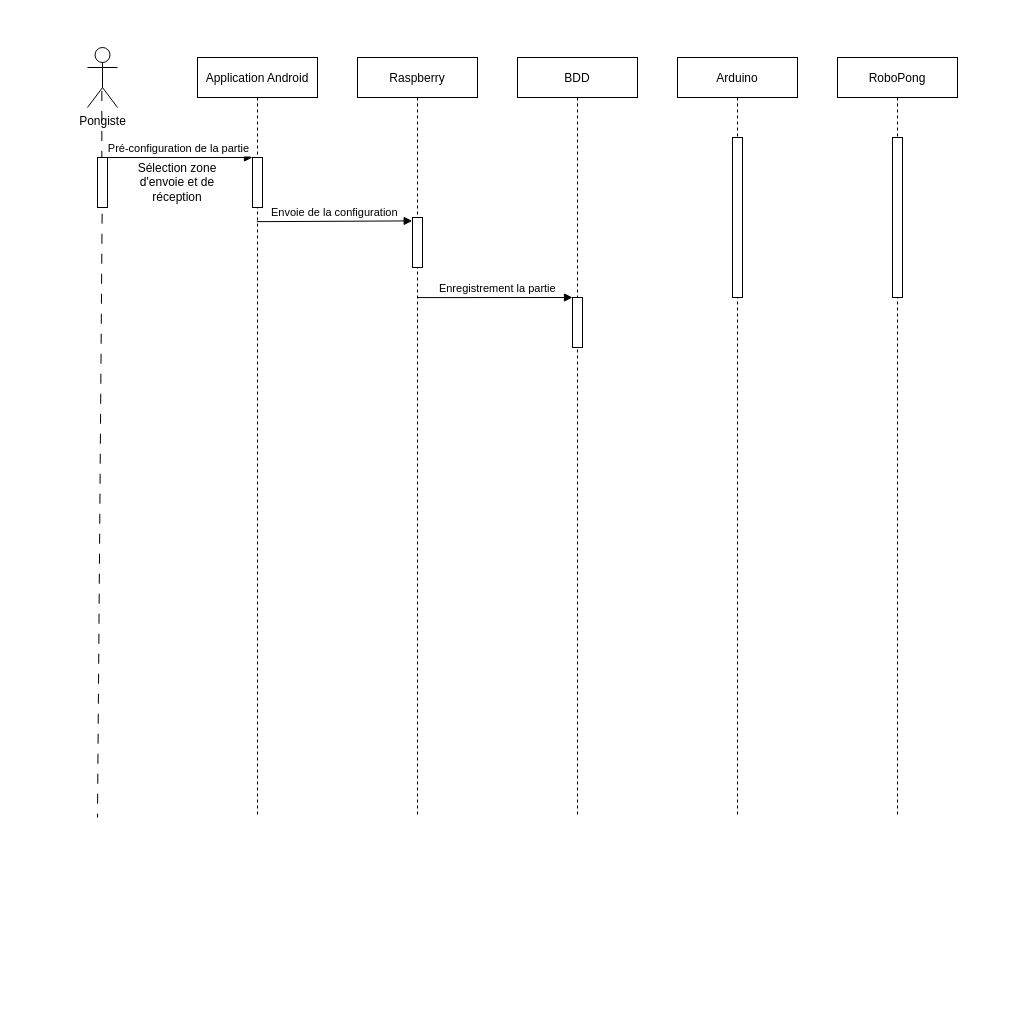
This is Diagramme/seq2.drawio from Hazim-AS/SensorPong, a draw.io file, before an edit. Source tidied: cells renumbered, new cells numbered last; positions are measured from the earlier drawing's top-left corner, leaving out a move shared by most shapes. Both pictures are drawn from the tidied source at 100%, with x=0, y=0 at pixel (87, 47).
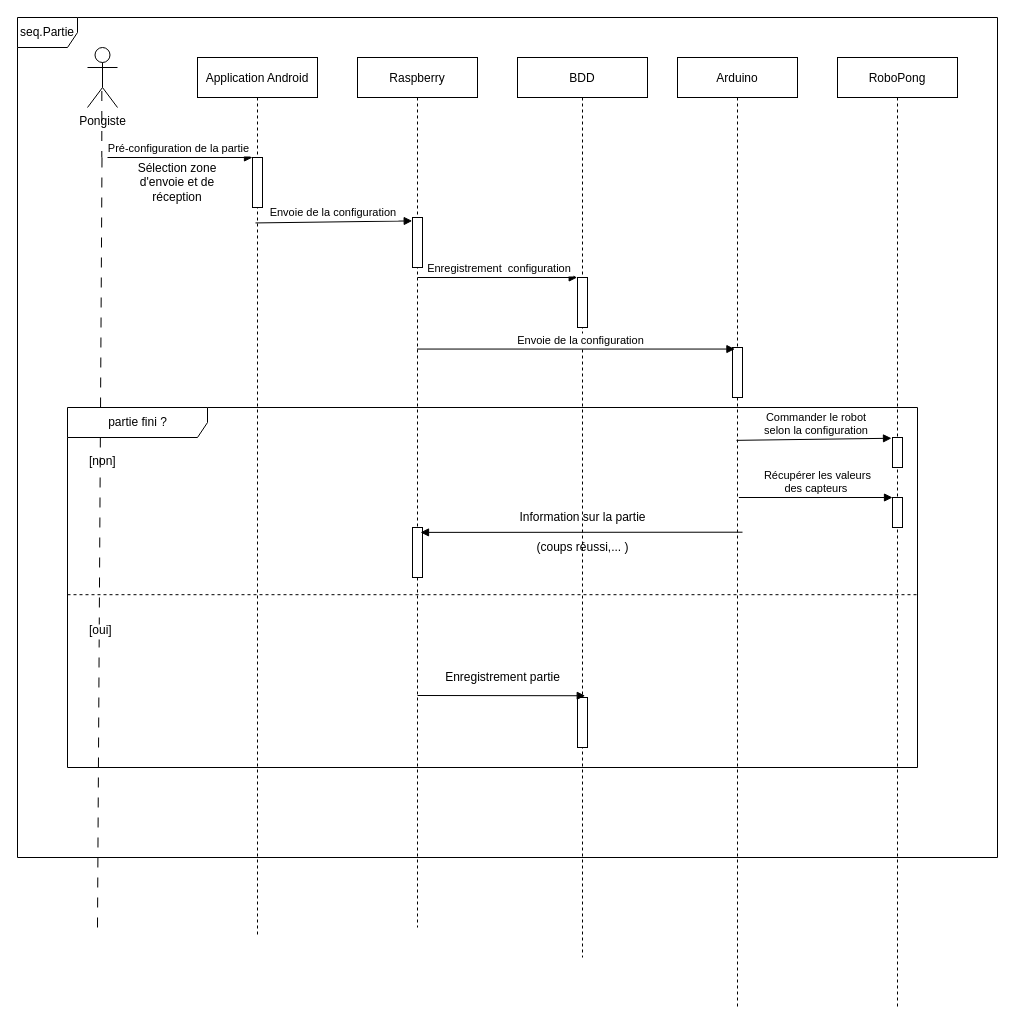
Above is the later version.

Commit message:
seqPartie Fini

The change refers to these unchanged cells:
```xml
<mxCell id="3" style="points=[];perimeter=orthogonalPerimeter;rounded=0;shadow=0;strokeWidth=1;" parent="2" vertex="1">
  <mxGeometry x="55" y="100" width="10" height="50" as="geometry" />
</mxCell>
<mxCell id="5" style="points=[];perimeter=orthogonalPerimeter;rounded=0;shadow=0;strokeWidth=1;" parent="4" vertex="1">
  <mxGeometry x="55" y="160" width="10" height="50" as="geometry" />
</mxCell>
<mxCell id="7" value="Pongiste&lt;br&gt;" style="shape=umlActor;verticalLabelPosition=bottom;verticalAlign=top;html=1;" parent="1" vertex="1">
  <mxGeometry width="30" height="60" as="geometry" />
</mxCell>
```

What changed in the source:
```diff
@@
     <mxCell id="2" value="Application Android" style="shape=umlLifeline;perimeter=lifelinePerimeter;rounded=0;shadow=0;strokeWidth=1;" parent="1" vertex="1">
-      <mxGeometry x="110" y="10" width="120" height="760" as="geometry" />
+      <mxGeometry x="110" y="10" width="120" height="880" as="geometry" />
     </mxCell>
@@
     <mxCell id="4" value="Raspberry" style="shape=umlLifeline;perimeter=lifelinePerimeter;rounded=0;shadow=0;strokeWidth=1;" parent="1" vertex="1">
-      <mxGeometry x="270" y="10" width="120" height="760" as="geometry" />
+      <mxGeometry x="270" y="10" width="120" height="870" as="geometry" />
     </mxCell>
@@
+    <mxCell id="20" style="perimeter=orthogonalPerimeter;rounded=0;shadow=0;strokeWidth=1;" parent="4" vertex="1">
+      <mxGeometry x="55" y="470" width="10" height="50" as="geometry" />
+    </mxCell>
+    <mxCell id="10" value="Enregistrement  configuration" style="verticalAlign=bottom;endArrow=block;entryX=-0.028;entryY=0.068;shadow=0;strokeWidth=1;entryDx=0;entryDy=0;entryPerimeter=0;" parent="4" edge="1">
+      <mxGeometry x="0.03" relative="1" as="geometry">
+        <mxPoint x="60" y="220" as="sourcePoint" />
+        <mxPoint x="219.7" y="220" as="targetPoint" />
+      </mxGeometry>
+    </mxCell>
-    <mxCell id="6" value="Pré-configuration de la partie " style="verticalAlign=bottom;endArrow=block;entryX=0;entryY=0;shadow=0;strokeWidth=1;" parent="1" edge="1" source="16" target="3">
-      <mxGeometry relative="1" as="geometry" />
+    <mxCell id="6" value="Pré-configuration de la partie " style="verticalAlign=bottom;endArrow=block;entryX=0;entryY=0;shadow=0;strokeWidth=1;" parent="1" edge="1" target="3">
+      <mxGeometry relative="1" as="geometry">
+        <mxPoint x="20" y="110" as="sourcePoint" />
+      </mxGeometry>
     </mxCell>
@@
     <mxCell id="8" value="BDD" style="shape=umlLifeline;perimeter=lifelinePerimeter;rounded=0;shadow=0;strokeWidth=1;" parent="1" vertex="1">
-      <mxGeometry x="430" y="10" width="120" height="760" as="geometry" />
+      <mxGeometry x="430" y="10" width="130" height="900" as="geometry" />
     </mxCell>
     <mxCell id="9" style="perimeter=orthogonalPerimeter;rounded=0;shadow=0;strokeWidth=1;" parent="8" vertex="1">
-      <mxGeometry x="55" y="240" width="10" height="50" as="geometry" />
+      <mxGeometry x="60" y="220" width="10" height="50" as="geometry" />
     </mxCell>
-    <mxCell id="10" value="Enregistrement la partie" style="verticalAlign=bottom;endArrow=block;entryX=-0.028;entryY=0.068;shadow=0;strokeWidth=1;entryDx=0;entryDy=0;entryPerimeter=0;exitX=0.5;exitY=0.511;exitDx=0;exitDy=0;exitPerimeter=0;" parent="8" edge="1">
-      <mxGeometry x="0.03" relative="1" as="geometry">
-        <mxPoint x="-99.7" y="240.1" as="sourcePoint" />
-        <mxPoint x="55" y="240" as="targetPoint" />
-      </mxGeometry>
-    </mxCell>
+    <mxCell id="21" value="Information sur la partie" style="text;html=1;align=center;verticalAlign=middle;strokeColor=none;fillColor=none;" parent="8" vertex="1">
+      <mxGeometry x="-5" y="450" width="140" height="20" as="geometry" />
+    </mxCell>
+    <mxCell id="22" value="(coups réussi,... )" style="text;html=1;align=center;verticalAlign=middle;strokeColor=none;fillColor=none;" parent="8" vertex="1">
+      <mxGeometry x="10" y="480" width="110" height="20" as="geometry" />
+    </mxCell>
+    <mxCell id="23" value="Enregistrement partie" style="text;html=1;align=center;verticalAlign=middle;strokeColor=none;fillColor=none;" parent="8" vertex="1">
+      <mxGeometry x="-80" y="610" width="130" height="20" as="geometry" />
+    </mxCell>
+    <mxCell id="24" style="points=[];perimeter=orthogonalPerimeter;rounded=0;shadow=0;strokeWidth=1;" parent="8" vertex="1">
+      <mxGeometry x="60" y="640" width="10" height="50" as="geometry" />
+    </mxCell>
-    <mxCell id="11" style="endArrow=none;startArrow=none;endFill=0;startFill=0;endSize=8;html=1;verticalAlign=bottom;dashed=1;labelBackgroundColor=none;dashPattern=10 10;rounded=0;exitX=0.478;exitY=0.725;exitDx=0;exitDy=0;exitPerimeter=0;" parent="1" edge="1" source="16">
+    <mxCell id="11" style="endArrow=none;startArrow=none;endFill=0;startFill=0;endSize=8;html=1;verticalAlign=bottom;dashed=1;labelBackgroundColor=none;dashPattern=10 10;rounded=0;" parent="1" edge="1">
       <mxGeometry relative="1" as="geometry">
-        <mxPoint x="10" y="770" as="targetPoint" />
+        <mxPoint x="14.5" y="110" as="sourcePoint" />
+        <mxPoint x="10" y="880" as="targetPoint" />
       </mxGeometry>
     </mxCell>
     <mxCell id="12" value="Arduino" style="shape=umlLifeline;perimeter=lifelinePerimeter;rounded=0;shadow=0;strokeWidth=1;" parent="1" vertex="1">
-      <mxGeometry x="590" y="10" width="120" height="760" as="geometry" />
+      <mxGeometry x="590" y="10" width="120" height="950" as="geometry" />
     </mxCell>
-    <mxCell id="13" style="perimeter=orthogonalPerimeter;rounded=0;shadow=0;strokeWidth=1;" parent="12" vertex="1">
-      <mxGeometry x="55" y="80" width="10" height="160" as="geometry" />
-    </mxCell>
+    <mxCell id="25" style="points=[];perimeter=orthogonalPerimeter;rounded=0;shadow=0;strokeWidth=1;" parent="12" vertex="1">
+      <mxGeometry x="55" y="290" width="10" height="50" as="geometry" />
+    </mxCell>
     <mxCell id="14" value="RoboPong" style="shape=umlLifeline;perimeter=lifelinePerimeter;rounded=0;shadow=0;strokeWidth=1;" parent="1" vertex="1">
-      <mxGeometry x="750" y="10" width="120" height="760" as="geometry" />
+      <mxGeometry x="750" y="10" width="120" height="950" as="geometry" />
     </mxCell>
-    <mxCell id="15" style="perimeter=orthogonalPerimeter;rounded=0;shadow=0;strokeWidth=1;" parent="14" vertex="1">
-      <mxGeometry x="55" y="80" width="10" height="160" as="geometry" />
-    </mxCell>
-    <mxCell id="16" style="points=[];perimeter=orthogonalPerimeter;rounded=0;shadow=0;strokeWidth=1;" parent="1" vertex="1">
-      <mxGeometry x="10" y="110" width="10" height="50" as="geometry" />
-    </mxCell>
+    <mxCell id="26" style="points=[];perimeter=orthogonalPerimeter;rounded=0;shadow=0;strokeWidth=1;" parent="14" vertex="1">
+      <mxGeometry x="55" y="380" width="10" height="30" as="geometry" />
+    </mxCell>
+    <mxCell id="27" style="perimeter=orthogonalPerimeter;rounded=0;shadow=0;strokeWidth=1;" parent="14" vertex="1">
+      <mxGeometry x="55" y="440" width="10" height="30" as="geometry" />
+    </mxCell>
+    <mxCell id="28" value="Récupérer les valeurs &#10;des capteurs " style="verticalAlign=bottom;endArrow=block;shadow=0;strokeWidth=1;exitX=0.503;exitY=0.501;exitDx=0;exitDy=0;exitPerimeter=0;" parent="14" edge="1">
+      <mxGeometry x="0.03" relative="1" as="geometry">
+        <mxPoint x="-98.6" y="440" as="sourcePoint" />
+        <mxPoint x="55" y="440" as="targetPoint" />
+      </mxGeometry>
+    </mxCell>
-    <mxCell id="17" style="endArrow=none;startArrow=none;endFill=0;startFill=0;endSize=8;html=1;verticalAlign=bottom;dashed=1;labelBackgroundColor=none;dashPattern=10 10;rounded=0;exitX=0.478;exitY=0.725;exitDx=0;exitDy=0;exitPerimeter=0;" parent="1" edge="1" source="7" target="16">
-      <mxGeometry relative="1" as="geometry" />
+    <mxCell id="17" style="endArrow=none;startArrow=none;endFill=0;startFill=0;endSize=8;html=1;verticalAlign=bottom;dashed=1;labelBackgroundColor=none;dashPattern=10 10;rounded=0;exitX=0.478;exitY=0.725;exitDx=0;exitDy=0;exitPerimeter=0;" parent="1" edge="1" source="7">
+      <mxGeometry relative="1" as="geometry">
+        <mxPoint x="14.3" y="110" as="targetPoint" />
+      </mxGeometry>
     </mxCell>
@@
-    <mxCell id="19" value="Envoie de la configuration" style="verticalAlign=bottom;endArrow=block;entryX=-0.028;entryY=0.068;shadow=0;strokeWidth=1;entryDx=0;entryDy=0;entryPerimeter=0;exitX=0.494;exitY=0.216;exitDx=0;exitDy=0;exitPerimeter=0;" parent="1" edge="1" source="2" target="5">
+    <mxCell id="19" value="Envoie de la configuration" style="verticalAlign=bottom;endArrow=block;entryX=-0.028;entryY=0.068;shadow=0;strokeWidth=1;entryDx=0;entryDy=0;entryPerimeter=0;exitX=0.483;exitY=0.188;exitDx=0;exitDy=0;exitPerimeter=0;" parent="1" edge="1" source="2" target="5">
       <mxGeometry relative="1" as="geometry" />
     </mxCell>
+    <mxCell id="29" value="seq.Partie" style="shape=umlFrame;whiteSpace=wrap;html=1;" parent="1" vertex="1">
+      <mxGeometry x="-70" y="-30" width="980" height="840" as="geometry" />
+    </mxCell>
+    <mxCell id="30" value="Envoie de la configuration" style="verticalAlign=bottom;endArrow=block;shadow=0;strokeWidth=1;entryX=0.241;entryY=0.031;entryDx=0;entryDy=0;entryPerimeter=0;" parent="1" edge="1" source="4" target="25">
+      <mxGeometry x="0.03" relative="1" as="geometry" />
+    </mxCell>
+    <mxCell id="31" value="Commander le robot &#10;selon la configuration" style="verticalAlign=bottom;endArrow=block;shadow=0;strokeWidth=1;entryX=-0.1;entryY=0.025;entryDx=0;entryDy=0;entryPerimeter=0;exitX=0.492;exitY=0.403;exitDx=0;exitDy=0;exitPerimeter=0;" parent="1" edge="1" source="12" target="26">
+      <mxGeometry x="0.03" relative="1" as="geometry" />
+    </mxCell>
+    <mxCell id="32" value="partie fini ?" style="shape=umlFrame;tabWidth=110;tabHeight=30;tabPosition=left;html=1;boundedLbl=1;labelInHeader=1;width=140;height=30;" parent="1" vertex="1">
+      <mxGeometry x="-20" y="360" width="850" height="360" as="geometry" />
+    </mxCell>
+    <mxCell id="33" value="[non]" style="text;" parent="32" vertex="1">
+      <mxGeometry width="100" height="20" relative="1" as="geometry">
+        <mxPoint x="20" y="40" as="offset" />
+      </mxGeometry>
+    </mxCell>
+    <mxCell id="34" value="[oui]" style="line;strokeWidth=1;dashed=1;labelPosition=center;verticalLabelPosition=bottom;align=left;verticalAlign=top;spacingLeft=20;spacingTop=15;" parent="32" vertex="1">
+      <mxGeometry y="180" width="850" height="14.4" as="geometry" />
+    </mxCell>
+    <mxCell id="35" style="verticalAlign=bottom;endArrow=block;shadow=0;strokeWidth=1;entryX=0.3;entryY=-0.015;entryDx=0;entryDy=0;entryPerimeter=0;" parent="1" edge="1">
+      <mxGeometry x="0.03" relative="1" as="geometry">
+        <mxPoint x="655" y="484.7" as="sourcePoint" />
+        <mxPoint x="333" y="484.9" as="targetPoint" />
+      </mxGeometry>
+    </mxCell>
+    <mxCell id="36" style="verticalAlign=bottom;endArrow=block;shadow=0;strokeWidth=1;entryX=0.773;entryY=-0.035;entryDx=0;entryDy=0;entryPerimeter=0;" parent="1" edge="1" target="24">
+      <mxGeometry x="0.03" relative="1" as="geometry">
+        <mxPoint x="330" y="648" as="sourcePoint" />
+      </mxGeometry>
+    </mxCell>
```
